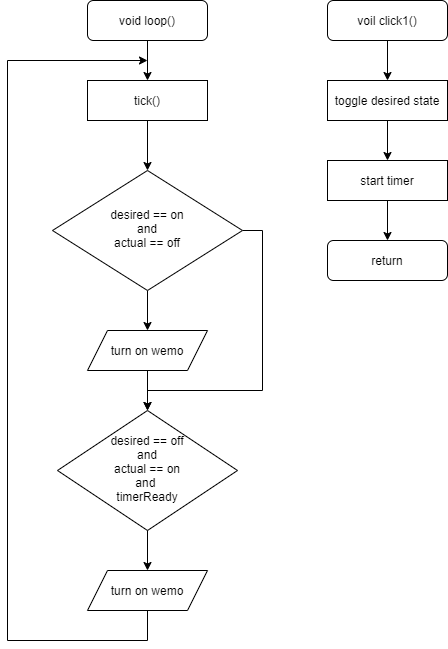
Above: L08_Ethernet/wemoflow.png in ddc-iot/instructor_master (draw.io), before the change. Source tidied: cells renumbered, new cells last; positions are measured from the earlier drawing's top-left corner, leaving out a move shared by most shapes.
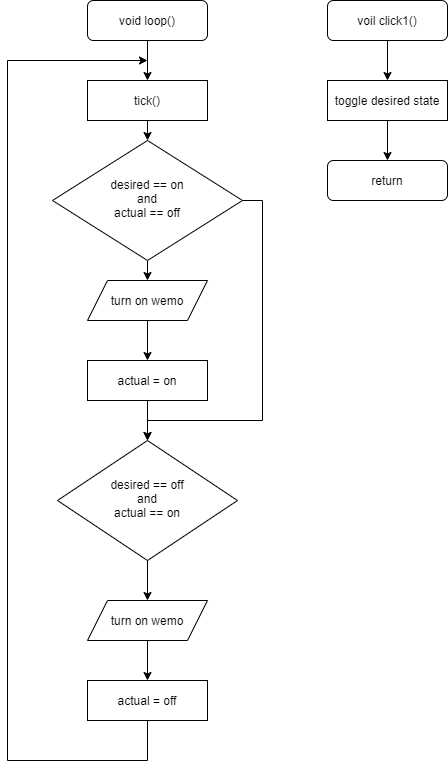
After the change.

What changed in the source:
```diff
@@ -8,20 +8,20 @@
     <mxCell id="3" value="void loop()" style="rounded=1;whiteSpace=wrap;html=1;fontSize=12;glass=0;strokeWidth=1;shadow=0;" parent="1" vertex="1">
       <mxGeometry x="80" width="120" height="40" as="geometry" />
     </mxCell>
+    <mxCell id="5" style="edgeStyle=orthogonalEdgeStyle;rounded=0;jettySize=auto;html=1;exitX=1;exitY=0.5;exitDx=0;exitDy=0;" parent="1" edge="1" source="6" target="17">
+      <mxGeometry relative="1" as="geometry">
+        <Array as="points">
+          <mxPoint x="255" y="200" />
+          <mxPoint x="255" y="420" />
+          <mxPoint x="140" y="420" />
+        </Array>
+      </mxGeometry>
+    </mxCell>
     <mxCell id="4" style="edgeStyle=orthogonalEdgeStyle;rounded=0;jettySize=auto;html=1;exitX=0.5;exitY=1;exitDx=0;exitDy=0;entryX=0.5;entryY=0;entryDx=0;entryDy=0;" parent="1" edge="1" source="6" target="15">
       <mxGeometry relative="1" as="geometry" />
     </mxCell>
-    <mxCell id="5" style="edgeStyle=orthogonalEdgeStyle;rounded=0;jettySize=auto;html=1;exitX=1;exitY=0.5;exitDx=0;exitDy=0;" parent="1" edge="1" source="6" target="17">
-      <mxGeometry relative="1" as="geometry">
-        <Array as="points">
-          <mxPoint x="255" y="230" />
-          <mxPoint x="255" y="390" />
-          <mxPoint x="140" y="390" />
-        </Array>
-      </mxGeometry>
-    </mxCell>
     <mxCell id="6" value="desired == on&lt;br&gt;and&lt;br&gt;actual == off" style="rhombus;whiteSpace=wrap;html=1;shadow=0;fontFamily=Helvetica;fontSize=12;align=center;strokeWidth=1;spacing=6;spacingTop=-4;" parent="1" vertex="1">
-      <mxGeometry x="45" y="170" width="190" height="120" as="geometry" />
+      <mxGeometry x="45" y="140" width="190" height="120" as="geometry" />
     </mxCell>
     <mxCell id="7" style="edgeStyle=orthogonalEdgeStyle;rounded=0;jettySize=auto;html=1;exitX=0.5;exitY=1;exitDx=0;exitDy=0;entryX=0.5;entryY=0;entryDx=0;entryDy=0;" parent="1" edge="1" source="8" target="10">
       <mxGeometry relative="1" as="geometry" />
@@ -29,45 +29,32 @@
     <mxCell id="8" value="voil click1()" style="rounded=1;whiteSpace=wrap;html=1;" parent="1" vertex="1">
       <mxGeometry x="320" width="120" height="40" as="geometry" />
     </mxCell>
-    <mxCell id="9" style="edgeStyle=orthogonalEdgeStyle;rounded=0;jettySize=auto;html=1;exitX=0.5;exitY=1;exitDx=0;exitDy=0;entryX=0.5;entryY=0;entryDx=0;entryDy=0;" parent="1" edge="1" source="10" target="13">
+    <mxCell id="9" style="edgeStyle=orthogonalEdgeStyle;rounded=0;jettySize=auto;html=1;exitX=0.5;exitY=1;exitDx=0;exitDy=0;entryX=0.5;entryY=0;entryDx=0;entryDy=0;" parent="1" edge="1" source="10" target="11">
       <mxGeometry relative="1" as="geometry" />
     </mxCell>
     <mxCell id="10" value="toggle desired state" style="rounded=0;whiteSpace=wrap;html=1;" parent="1" vertex="1">
       <mxGeometry x="320" y="80" width="120" height="40" as="geometry" />
     </mxCell>
     <mxCell id="11" value="return" style="rounded=1;whiteSpace=wrap;html=1;" parent="1" vertex="1">
-      <mxGeometry x="320" y="240" width="120" height="40" as="geometry" />
+      <mxGeometry x="320" y="160" width="120" height="40" as="geometry" />
     </mxCell>
-    <mxCell id="12" style="edgeStyle=orthogonalEdgeStyle;rounded=0;jettySize=auto;html=1;exitX=0.5;exitY=1;exitDx=0;exitDy=0;entryX=0.5;entryY=0;entryDx=0;entryDy=0;" parent="1" edge="1" source="13" target="11">
-      <mxGeometry relative="1" as="geometry" />
-    </mxCell>
-    <mxCell id="13" value="start timer" style="rounded=0;whiteSpace=wrap;html=1;" parent="1" vertex="1">
-      <mxGeometry x="320" y="160" width="120" height="40" as="geometry" />
-    </mxCell>
-    <mxCell id="14" style="edgeStyle=orthogonalEdgeStyle;rounded=0;jettySize=auto;html=1;exitX=0.5;exitY=1;exitDx=0;exitDy=0;" parent="1" edge="1" source="15" target="17">
-      <mxGeometry relative="1" as="geometry" />
-    </mxCell>
+    <mxCell id="22" style="edgeStyle=orthogonalEdgeStyle;rounded=0;jettySize=auto;html=1;exitX=0.5;exitY=1;exitDx=0;exitDy=0;entryX=0.5;entryY=0;entryDx=0;entryDy=0;" parent="1" edge="1" source="15" target="27">
+      <mxGeometry relative="1" as="geometry" />
+    </mxCell>
     <mxCell id="15" value="turn on wemo" style="shape=parallelogram;perimeter=parallelogramPerimeter;whiteSpace=wrap;html=1;fixedSize=1;" parent="1" vertex="1">
-      <mxGeometry x="80" y="330" width="120" height="40" as="geometry" />
+      <mxGeometry x="80" y="280" width="120" height="40" as="geometry" />
     </mxCell>
     <mxCell id="16" style="edgeStyle=orthogonalEdgeStyle;rounded=0;jettySize=auto;html=1;exitX=0.5;exitY=1;exitDx=0;exitDy=0;entryX=0.5;entryY=0;entryDx=0;entryDy=0;" parent="1" edge="1" source="17" target="19">
       <mxGeometry relative="1" as="geometry" />
     </mxCell>
-    <mxCell id="17" value="desired == off&lt;br&gt;and&lt;br&gt;actual == on&lt;br&gt;and&amp;nbsp;&lt;br&gt;timerReady" style="rhombus;whiteSpace=wrap;html=1;shadow=0;fontFamily=Helvetica;fontSize=12;align=center;strokeWidth=1;spacing=6;spacingTop=-4;" parent="1" vertex="1">
-      <mxGeometry x="50" y="410" width="180" height="120" as="geometry" />
+    <mxCell id="17" value="desired == off&lt;br&gt;and&lt;br&gt;actual == on" style="rhombus;whiteSpace=wrap;html=1;shadow=0;fontFamily=Helvetica;fontSize=12;align=center;strokeWidth=1;spacing=6;spacingTop=-4;" parent="1" vertex="1">
+      <mxGeometry x="50" y="440" width="180" height="120" as="geometry" />
     </mxCell>
-    <mxCell id="18" style="edgeStyle=orthogonalEdgeStyle;rounded=0;jettySize=auto;html=1;exitX=0.5;exitY=1;exitDx=0;exitDy=0;" parent="1" edge="1" source="19">
-      <mxGeometry relative="1" as="geometry">
-        <mxPoint x="140" y="60" as="targetPoint" />
-        <Array as="points">
-          <mxPoint x="140" y="640" />
-          <mxPoint y="640" />
-          <mxPoint y="60" />
-        </Array>
-      </mxGeometry>
-    </mxCell>
+    <mxCell id="23" style="edgeStyle=orthogonalEdgeStyle;rounded=0;jettySize=auto;html=1;entryX=0.5;entryY=0;entryDx=0;entryDy=0;" parent="1" edge="1" source="19" target="25">
+      <mxGeometry relative="1" as="geometry" />
+    </mxCell>
     <mxCell id="19" value="turn on wemo" style="shape=parallelogram;perimeter=parallelogramPerimeter;whiteSpace=wrap;html=1;fixedSize=1;" parent="1" vertex="1">
-      <mxGeometry x="80" y="570" width="120" height="40" as="geometry" />
+      <mxGeometry x="80" y="600" width="120" height="40" as="geometry" />
     </mxCell>
     <mxCell id="20" style="edgeStyle=orthogonalEdgeStyle;rounded=0;jettySize=auto;html=1;exitX=0.5;exitY=1;exitDx=0;exitDy=0;entryX=0.5;entryY=0;entryDx=0;entryDy=0;" parent="1" edge="1" source="21" target="6">
       <mxGeometry relative="1" as="geometry" />
@@ -75,5 +62,24 @@
     <mxCell id="21" value="tick()" style="rounded=0;whiteSpace=wrap;html=1;" parent="1" vertex="1">
       <mxGeometry x="80" y="80" width="120" height="40" as="geometry" />
     </mxCell>
+    <mxCell id="24" style="edgeStyle=orthogonalEdgeStyle;rounded=0;jettySize=auto;html=1;exitX=0.5;exitY=1;exitDx=0;exitDy=0;" parent="1" edge="1" source="25">
+      <mxGeometry relative="1" as="geometry">
+        <mxPoint x="140" y="60" as="targetPoint" />
+        <Array as="points">
+          <mxPoint x="140" y="760" />
+          <mxPoint y="760" />
+          <mxPoint y="60" />
+        </Array>
+      </mxGeometry>
+    </mxCell>
+    <mxCell id="25" value="actual = off" style="rounded=0;whiteSpace=wrap;html=1;" parent="1" vertex="1">
+      <mxGeometry x="80" y="680" width="120" height="40" as="geometry" />
+    </mxCell>
+    <mxCell id="26" style="edgeStyle=orthogonalEdgeStyle;rounded=0;jettySize=auto;html=1;exitX=0.5;exitY=1;exitDx=0;exitDy=0;entryX=0.5;entryY=0;entryDx=0;entryDy=0;" parent="1" edge="1" source="27" target="17">
+      <mxGeometry relative="1" as="geometry" />
+    </mxCell>
+    <mxCell id="27" value="actual = on" style="rounded=0;whiteSpace=wrap;html=1;" parent="1" vertex="1">
+      <mxGeometry x="80" y="360" width="120" height="40" as="geometry" />
+    </mxCell>
   </root>
 </mxGraphModel>
```
